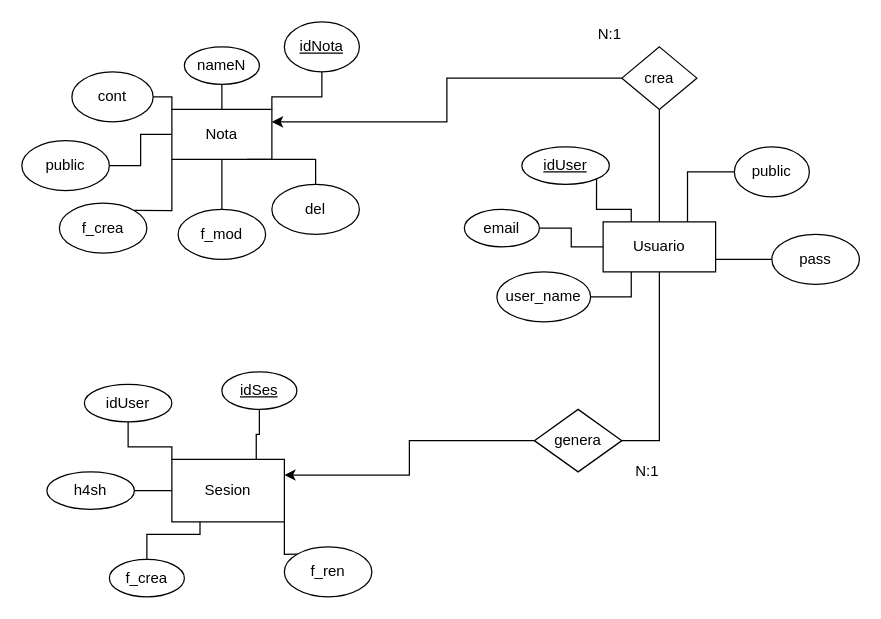
Earlier version of the draw.io diagram Doc/diagramas/Diagrama_E-R.drawio (gabo2600/Notas). Source tidied: cells renumbered, new cells numbered last; positions are measured from the earlier drawing's top-left corner, leaving out a move shared by most shapes. Both pictures are drawn from the tidied source at 125%, with x=0, y=0 at pixel (21, 21).
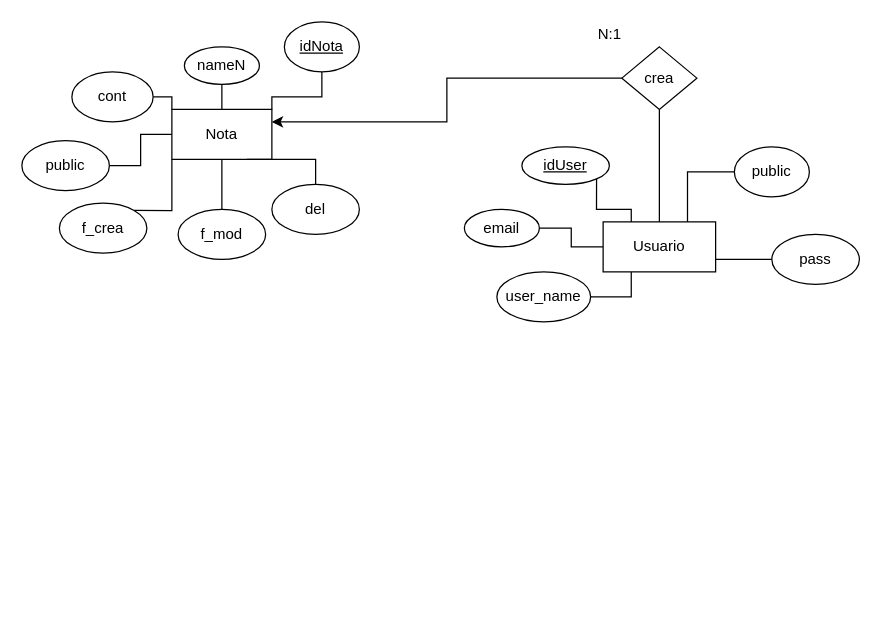
The same diagram, later.

Unchanged cells that the change refers to:
```xml
<mxCell id="3" value="Usuario" style="whiteSpace=wrap;html=1;" parent="1" vertex="1">
  <mxGeometry x="465" y="160" width="90" height="40" as="geometry" />
</mxCell>
```

Diff of the diagram source:
```diff
@@
-    <mxCell id="4" value="Sesion" style="whiteSpace=wrap;html=1;" parent="1" vertex="1">
-      <mxGeometry x="120" y="350" width="90" height="50" as="geometry" />
-    </mxCell>
-    <mxCell id="5" style="edgeStyle=orthogonalEdgeStyle;rounded=0;jettySize=auto;html=1;exitX=1;exitY=0.5;exitDx=0;exitDy=0;entryX=0.5;entryY=1;entryDx=0;entryDy=0;endArrow=none;endFill=0;" parent="1" edge="1" source="7" target="3">
-      <mxGeometry relative="1" as="geometry" />
-    </mxCell>
-    <mxCell id="6" style="edgeStyle=orthogonalEdgeStyle;rounded=0;jettySize=auto;html=1;exitX=0;exitY=0.5;exitDx=0;exitDy=0;entryX=1;entryY=0.25;entryDx=0;entryDy=0;endArrow=classic;endFill=1;startArrow=none;startFill=0;" parent="1" edge="1" source="7" target="4">
-      <mxGeometry relative="1" as="geometry" />
-    </mxCell>
-    <mxCell id="7" value="genera" style="rhombus;whiteSpace=wrap;html=1;" parent="1" vertex="1">
-      <mxGeometry x="410" y="310" width="70" height="50" as="geometry" />
-    </mxCell>
@@
-    <mxCell id="14" value="N:1" style="text;html=1;align=center;verticalAlign=middle;strokeColor=none;fillColor=none;" parent="1" vertex="1">
-      <mxGeometry x="485" y="350" width="30" height="20" as="geometry" />
-    </mxCell>
@@
-    <mxCell id="25" style="edgeStyle=orthogonalEdgeStyle;rounded=0;jettySize=auto;html=1;exitX=0.5;exitY=1;exitDx=0;exitDy=0;entryX=0.75;entryY=0;entryDx=0;entryDy=0;startArrow=none;startFill=0;endArrow=none;endFill=0;" parent="1" edge="1" source="26" target="4">
-      <mxGeometry relative="1" as="geometry" />
-    </mxCell>
-    <mxCell id="26" value="&lt;u&gt;idSes&lt;/u&gt;" style="ellipse;whiteSpace=wrap;html=1;" parent="1" vertex="1">
-      <mxGeometry x="160" y="280" width="60" height="30" as="geometry" />
-    </mxCell>
-    <mxCell id="27" style="edgeStyle=orthogonalEdgeStyle;rounded=0;jettySize=auto;html=1;exitX=0.5;exitY=1;exitDx=0;exitDy=0;entryX=0;entryY=0;entryDx=0;entryDy=0;startArrow=none;startFill=0;endArrow=none;endFill=0;" parent="1" edge="1" source="28" target="4">
-      <mxGeometry relative="1" as="geometry" />
-    </mxCell>
-    <mxCell id="28" value="idUser" style="ellipse;whiteSpace=wrap;html=1;" parent="1" vertex="1">
-      <mxGeometry x="50" y="290" width="70" height="30" as="geometry" />
-    </mxCell>
-    <mxCell id="29" style="edgeStyle=orthogonalEdgeStyle;rounded=0;jettySize=auto;html=1;exitX=1;exitY=0.5;exitDx=0;exitDy=0;entryX=0;entryY=0.5;entryDx=0;entryDy=0;startArrow=none;startFill=0;endArrow=none;endFill=0;" parent="1" edge="1" source="30" target="4">
-      <mxGeometry relative="1" as="geometry" />
-    </mxCell>
-    <mxCell id="30" value="h4sh" style="ellipse;whiteSpace=wrap;html=1;" parent="1" vertex="1">
-      <mxGeometry x="20" y="360" width="70" height="30" as="geometry" />
-    </mxCell>
-    <mxCell id="31" style="edgeStyle=orthogonalEdgeStyle;rounded=0;jettySize=auto;html=1;exitX=0.5;exitY=0;exitDx=0;exitDy=0;entryX=0.25;entryY=1;entryDx=0;entryDy=0;startArrow=none;startFill=0;endArrow=none;endFill=0;" parent="1" edge="1" source="32" target="4">
-      <mxGeometry relative="1" as="geometry" />
-    </mxCell>
-    <mxCell id="32" value="f_crea" style="ellipse;whiteSpace=wrap;html=1;" parent="1" vertex="1">
-      <mxGeometry x="70" y="430" width="60" height="30" as="geometry" />
-    </mxCell>
-    <mxCell id="33" style="edgeStyle=orthogonalEdgeStyle;rounded=0;jettySize=auto;html=1;exitX=0;exitY=0;exitDx=0;exitDy=0;entryX=1;entryY=1;entryDx=0;entryDy=0;startArrow=none;startFill=0;endArrow=none;endFill=0;" parent="1" edge="1" source="34" target="4">
-      <mxGeometry relative="1" as="geometry" />
-    </mxCell>
-    <mxCell id="34" value="f_ren" style="ellipse;whiteSpace=wrap;html=1;" parent="1" vertex="1">
-      <mxGeometry x="210" y="420" width="70" height="40" as="geometry" />
-    </mxCell>
```
